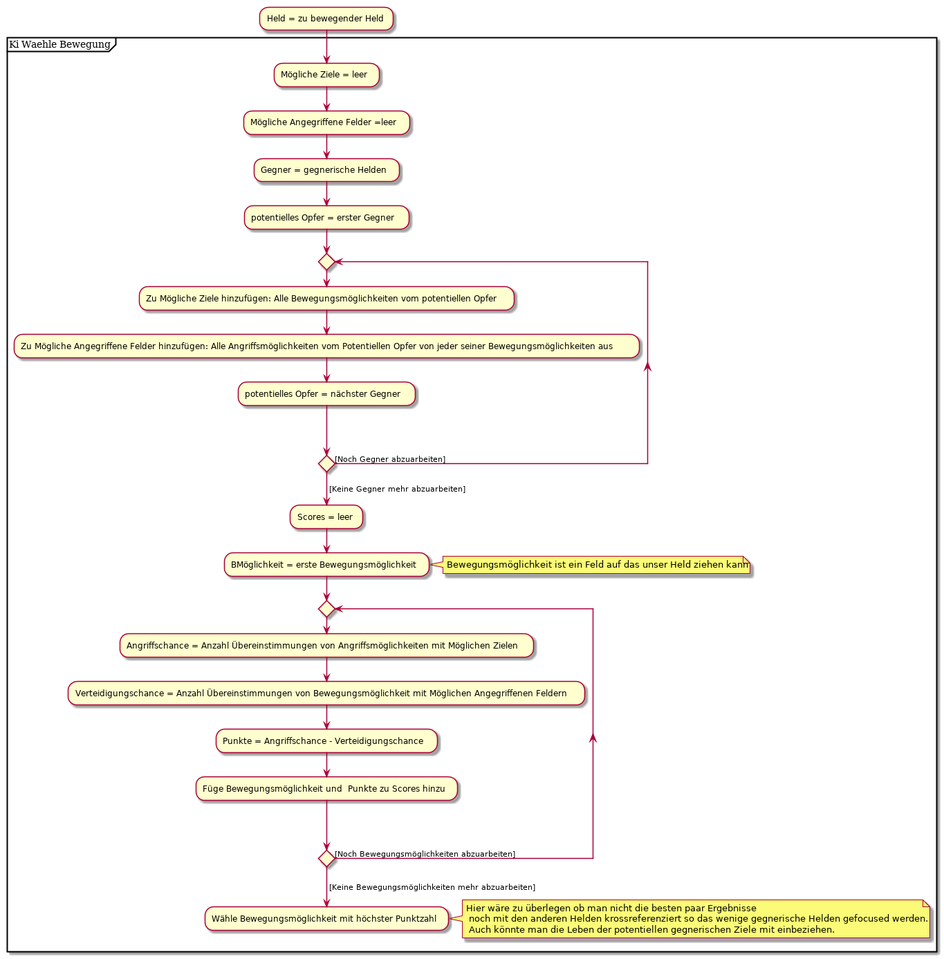
The PlantUML diagram Design/OOD/Diagramme/KiWaehleBewegung.png in Vitja21/SE1PUE3, before a commit.
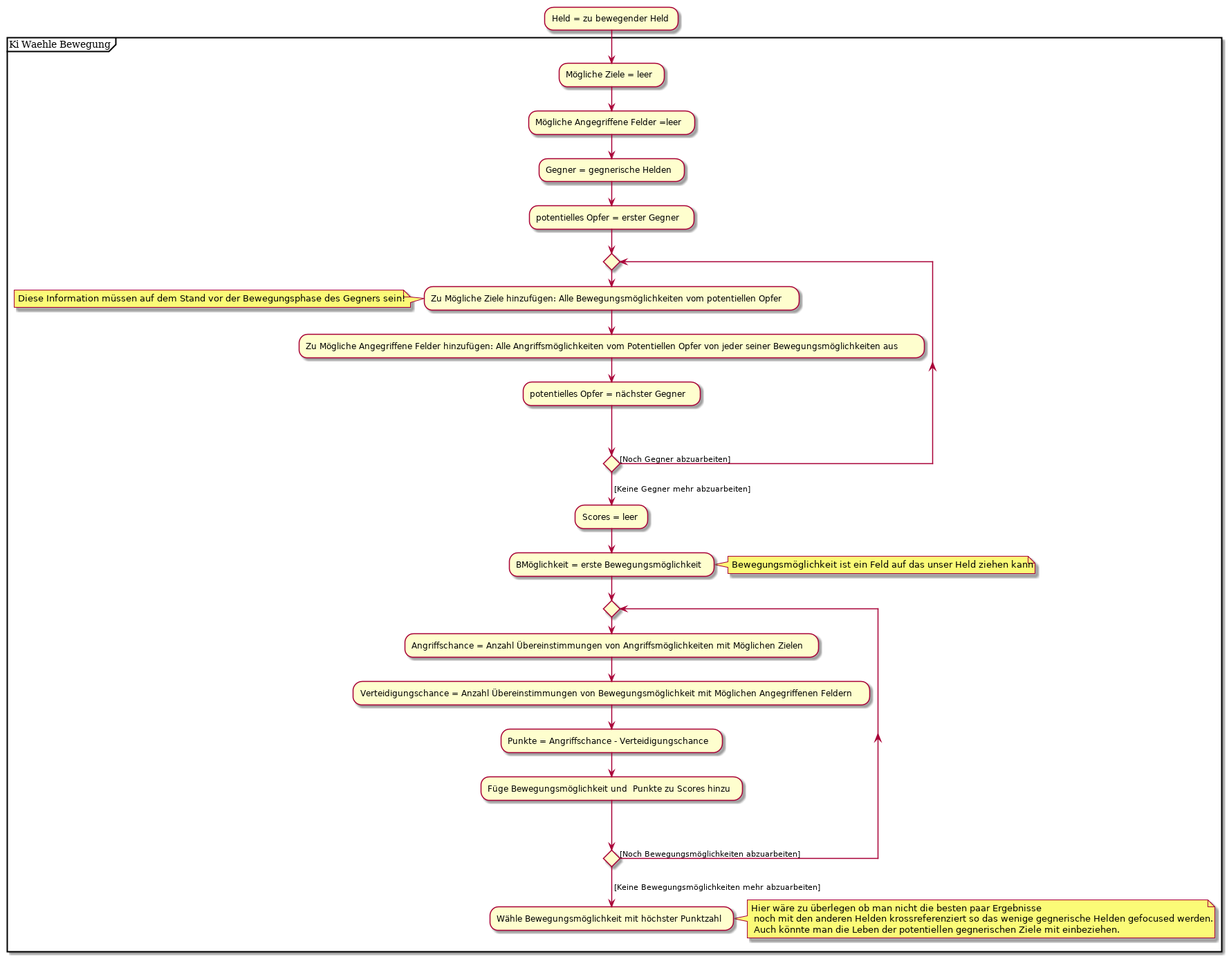
After the change.

Commit message:
Verdeutliche wann die Auswahl erfolgen muss

What changed in the source:
```diff
@@ -10,6 +10,7 @@
 
     repeat
     :Zu Mögliche Ziele hinzufügen: Alle Bewegungsmöglichkeiten vom potentiellen Opfer;
+    note left: Diese Information müssen auf dem Stand vor der Bewegungsphase des Gegners sein!
     :Zu Mögliche Angegriffene Felder hinzufügen: Alle Angriffsmöglichkeiten vom Potentiellen Opfer von jeder seiner Bewegungsmöglichkeiten aus;
     :potentielles Opfer = nächster Gegner;
     repeat while () is ([Noch Gegner abzuarbeiten])
```
